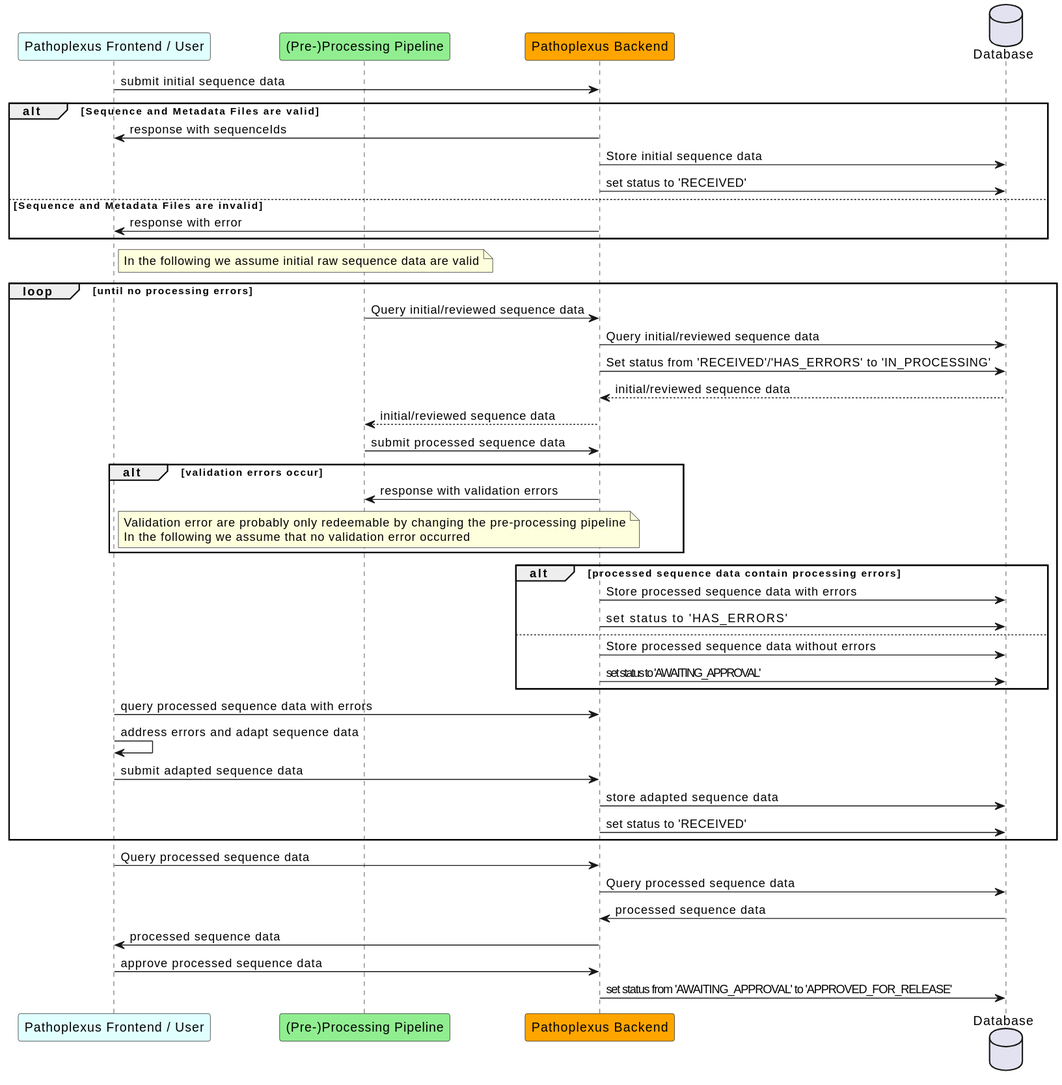
The PlantUML diagram backend/docs/plantuml/sequenceInitialSubmission.svg in loculus-project/loculus, before a commit.
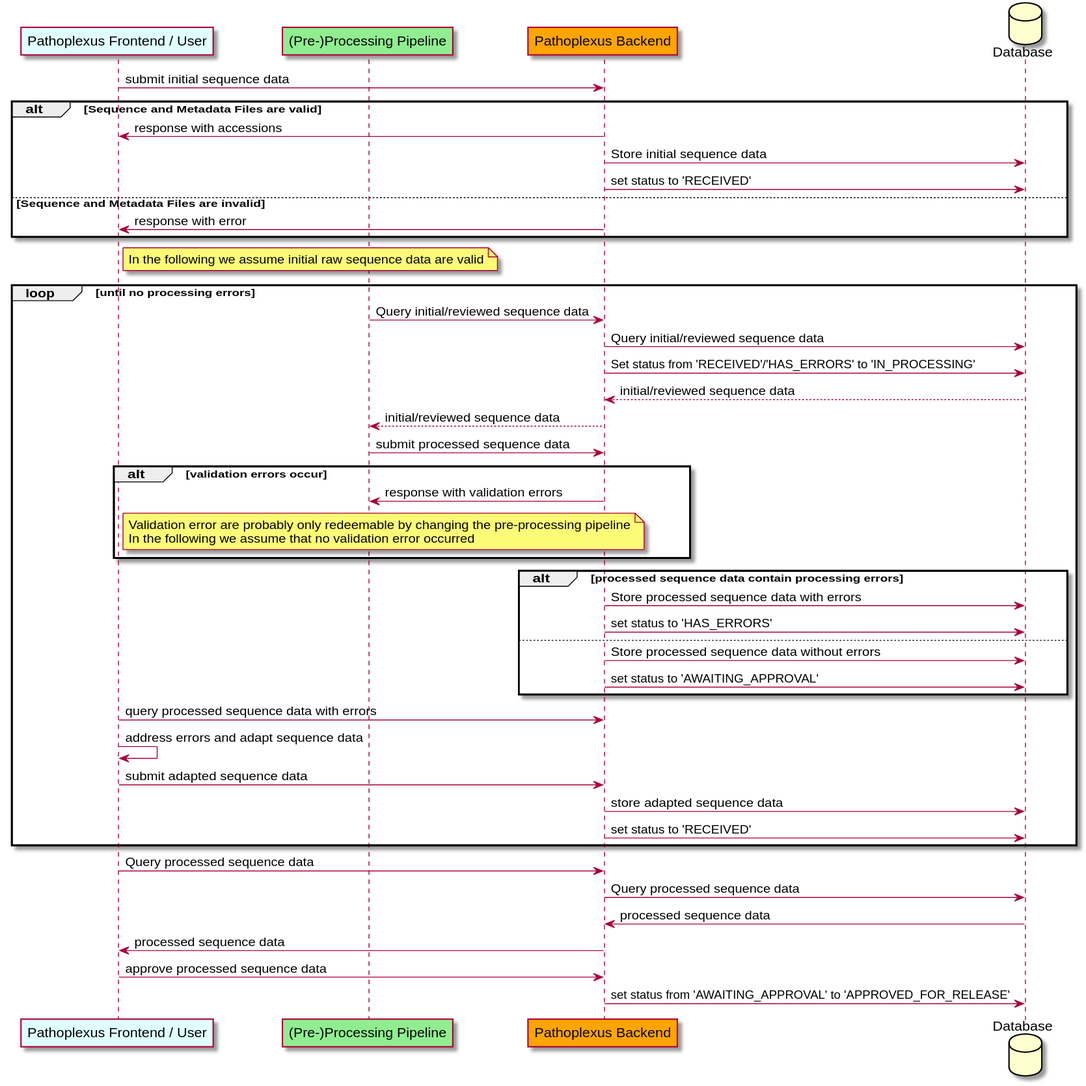
After the change.

Diff of the diagram source:
```diff
@@ -6,7 +6,7 @@
 
     frontend -> backend: submit initial sequence data
     alt Sequence and Metadata Files are valid
-        backend -> frontend: response with sequenceIds
+        backend -> frontend: response with accessions
         backend -> DB: Store initial sequence data
         backend -> DB: set status to 'RECEIVED'
     else Sequence and Metadata Files are invalid
@@ -21,7 +21,7 @@
 
         processing -> backend: Query initial/reviewed sequence data
         backend -> DB: Query initial/reviewed sequence data
-        backend -> DB: Set status from 'RECEIVED'/'REVIEW_NEEDED' to 'IN_PROCESSING'
+        backend -> DB: Set status from 'RECEIVED'/'HAS_ERRORS' to 'IN_PROCESSING'
         DB --> backend: initial/reviewed sequence data
         backend --> processing: initial/reviewed sequence data
 
@@ -36,10 +36,10 @@
 
         alt processed sequence data contain processing errors
             backend -> DB: Store processed sequence data with errors
-            backend -> DB: set status to 'REVIEW_NEEDED'
+            backend -> DB: set status to 'HAS_ERRORS'
         else
             backend -> DB: Store processed sequence data without errors
-            backend -> DB: set status to 'PROCESSED'
+            backend -> DB: set status to 'AWAITING_APPROVAL'
         end
          frontend -> backend: query processed sequence data with errors
         frontend -> frontend: address errors and adapt sequence data
@@ -56,5 +56,6 @@
     backend -> frontend: processed sequence data
 
     frontend -> backend: approve processed sequence data
-    backend -> DB: set status from 'PROCESSED' to 'APPROVED_FOR_RELEASE'
+    backend -> DB: set status from 'AWAITING_APPROVAL' to 'APPROVED_FOR_RELEASE'
+
 @enduml
```
